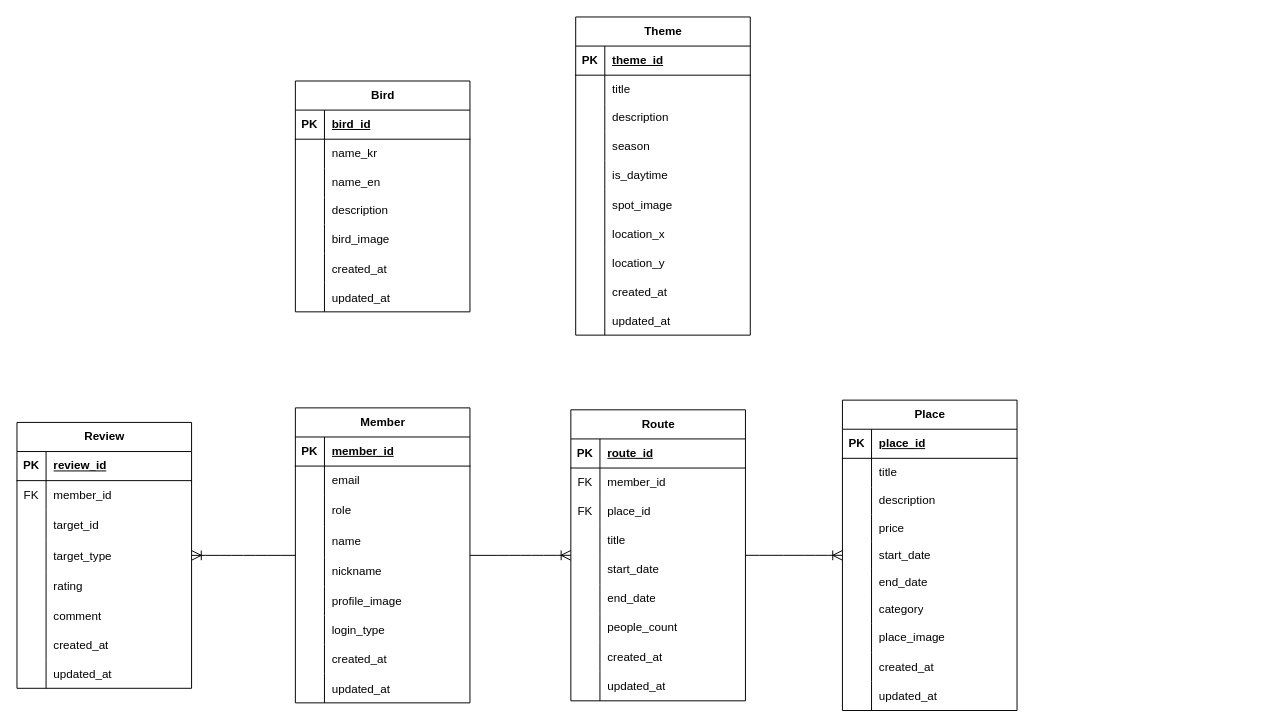
2025-Tourism-Data-Utilization-Contest/ERD keeps this draw.io diagram as ShowingERD.drawio. Above is the earlier version. Source tidied: cells renumbered, new cells numbered last; positions are measured from the earlier drawing's top-left corner, leaving out a move shared by most shapes. Both pictures are drawn from the tidied source at 97%, with x=0, y=0 at pixel (16, 16).
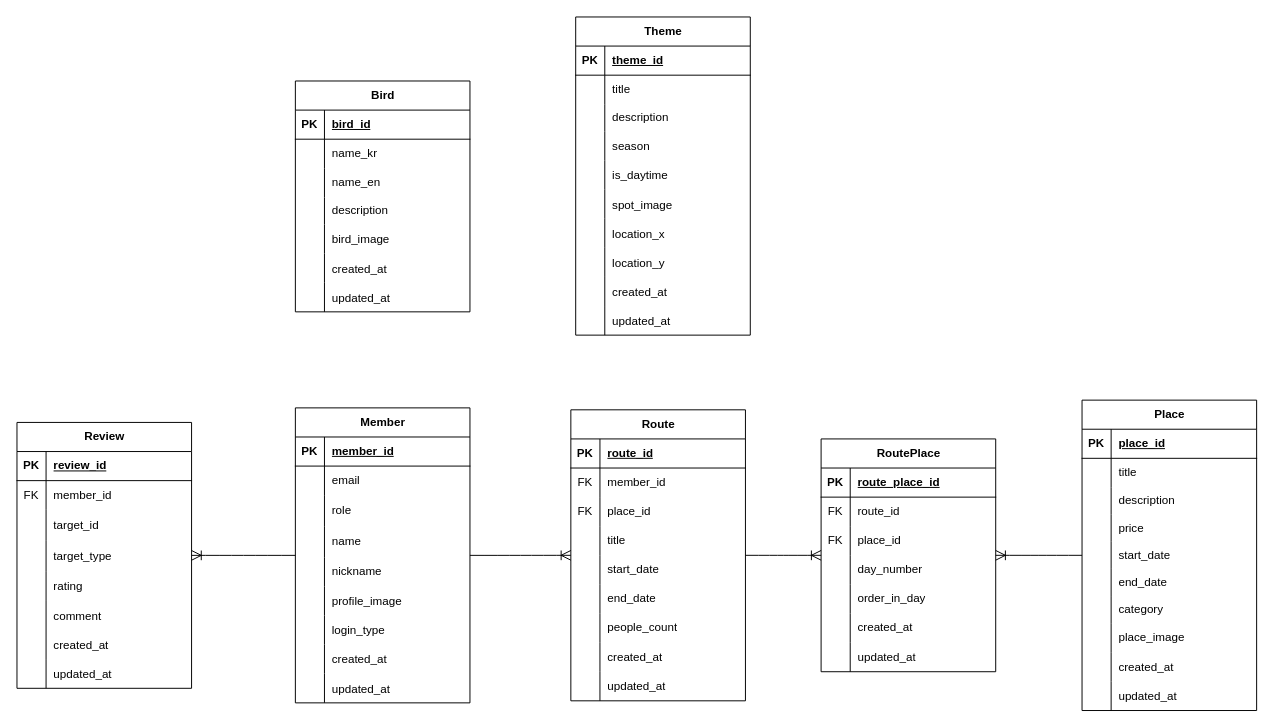
The same diagram, later.

Commit message:
docs: 코스 일차별 장소 매핑 테이블 추가

The change refers to these unchanged cells:
```xml
<mxCell id="55" value="Route" style="shape=table;startSize=30;childLayout=tableLayout;rowLines=0;fontStyle=1;align=center;html=1;" parent="1" vertex="1">
  <mxGeometry x="571" y="405" width="180" height="300" as="geometry" />
</mxCell>
```

The edit, as a diff of the source:
```diff
@@
     <mxCell id="111" value="Place" style="shape=table;startSize=30;childLayout=tableLayout;rowLines=0;fontStyle=1;align=center;html=1;" parent="1" vertex="1">
-      <mxGeometry x="851" y="395" width="180" height="320" as="geometry" />
+      <mxGeometry x="1098" y="395" width="180" height="320" as="geometry" />
     </mxCell>
@@
-    <mxCell id="169" style="edgeStyle=entityRelationEdgeStyle;fontSize=12;html=1;endArrow=ERoneToMany;rounded=0;startSize=8;endSize=8;curved=1;" parent="1" edge="1" source="55" target="111">
+    <mxCell id="169" style="edgeStyle=entityRelationEdgeStyle;fontSize=12;html=1;endArrow=ERoneToMany;rounded=0;startSize=8;endSize=8;curved=1;" parent="1" edge="1" source="55" target="170">
       <mxGeometry relative="1" as="geometry" />
     </mxCell>
+    <mxCell id="170" value="RoutePlace" style="shape=table;startSize=30;childLayout=tableLayout;rowLines=0;fontStyle=1;align=center;html=1;" parent="1" vertex="1">
+      <mxGeometry x="829" y="435" width="180" height="240" as="geometry" />
+    </mxCell>
+    <mxCell id="171" style="shape=tableRow;horizontal=0;startSize=0;swimlaneHead=0;swimlaneBody=0;fillColor=none;top=0;left=0;right=0;bottom=1;" parent="170" vertex="1">
+      <mxGeometry y="30" width="180" height="30" as="geometry" />
+    </mxCell>
+    <mxCell id="172" value="PK" style="shape=partialRectangle;fillColor=none;top=0;left=0;bottom=0;right=0;fontStyle=1;overflow=hidden;whiteSpace=wrap;html=1;" parent="171" vertex="1">
+      <mxGeometry width="30" height="30" as="geometry" />
+    </mxCell>
+    <mxCell id="173" value="route_place_id" style="shape=partialRectangle;fillColor=none;top=0;left=0;bottom=0;right=0;align=left;spacingLeft=6;fontStyle=5;overflow=hidden;whiteSpace=wrap;html=1;" parent="171" vertex="1">
+      <mxGeometry x="30" width="150" height="30" as="geometry" />
+    </mxCell>
+    <mxCell id="174" style="shape=tableRow;horizontal=0;startSize=0;swimlaneHead=0;swimlaneBody=0;fillColor=none;top=0;left=0;right=0;bottom=0;" parent="170" vertex="1">
+      <mxGeometry y="60" width="180" height="30" as="geometry" />
+    </mxCell>
+    <mxCell id="175" value="FK" style="shape=partialRectangle;fillColor=none;top=0;left=0;bottom=0;right=0;overflow=hidden;whiteSpace=wrap;html=1;" parent="174" vertex="1">
+      <mxGeometry width="30" height="30" as="geometry" />
+    </mxCell>
+    <mxCell id="176" value="route_id" style="shape=partialRectangle;fillColor=none;top=0;left=0;bottom=0;right=0;align=left;spacingLeft=6;overflow=hidden;whiteSpace=wrap;html=1;" parent="174" vertex="1">
+      <mxGeometry x="30" width="150" height="30" as="geometry" />
+    </mxCell>
+    <mxCell id="177" style="shape=tableRow;horizontal=0;startSize=0;swimlaneHead=0;swimlaneBody=0;fillColor=none;top=0;left=0;right=0;bottom=0;" parent="170" vertex="1">
+      <mxGeometry y="90" width="180" height="30" as="geometry" />
+    </mxCell>
+    <mxCell id="178" value="FK" style="shape=partialRectangle;fillColor=none;top=0;left=0;bottom=0;right=0;overflow=hidden;whiteSpace=wrap;html=1;" parent="177" vertex="1">
+      <mxGeometry width="30" height="30" as="geometry" />
+    </mxCell>
+    <mxCell id="179" value="place_id" style="shape=partialRectangle;fillColor=none;top=0;left=0;bottom=0;right=0;align=left;spacingLeft=6;overflow=hidden;whiteSpace=wrap;html=1;" parent="177" vertex="1">
+      <mxGeometry x="30" width="150" height="30" as="geometry" />
+    </mxCell>
+    <mxCell id="180" style="shape=tableRow;horizontal=0;startSize=0;swimlaneHead=0;swimlaneBody=0;fillColor=none;top=0;left=0;right=0;bottom=0;" parent="170" vertex="1">
+      <mxGeometry y="120" width="180" height="30" as="geometry" />
+    </mxCell>
+    <mxCell id="181" style="shape=partialRectangle;fillColor=none;top=0;left=0;bottom=0;right=0;overflow=hidden;whiteSpace=wrap;html=1;" parent="180" vertex="1">
+      <mxGeometry width="30" height="30" as="geometry" />
+    </mxCell>
+    <mxCell id="182" value="day_number" style="shape=partialRectangle;fillColor=none;top=0;left=0;bottom=0;right=0;align=left;spacingLeft=6;overflow=hidden;whiteSpace=wrap;html=1;" parent="180" vertex="1">
+      <mxGeometry x="30" width="150" height="30" as="geometry" />
+    </mxCell>
+    <mxCell id="183" style="shape=tableRow;horizontal=0;startSize=0;swimlaneHead=0;swimlaneBody=0;fillColor=none;top=0;left=0;right=0;bottom=0;" parent="170" vertex="1">
+      <mxGeometry y="150" width="180" height="30" as="geometry" />
+    </mxCell>
+    <mxCell id="184" style="shape=partialRectangle;fillColor=none;top=0;left=0;bottom=0;right=0;overflow=hidden;whiteSpace=wrap;html=1;" parent="183" vertex="1">
+      <mxGeometry width="30" height="30" as="geometry" />
+    </mxCell>
+    <mxCell id="185" value="order_in_day" style="shape=partialRectangle;fillColor=none;top=0;left=0;bottom=0;right=0;align=left;spacingLeft=6;overflow=hidden;whiteSpace=wrap;html=1;" parent="183" vertex="1">
+      <mxGeometry x="30" width="150" height="30" as="geometry" />
+    </mxCell>
+    <mxCell id="186" style="shape=tableRow;horizontal=0;startSize=0;swimlaneHead=0;swimlaneBody=0;fillColor=none;top=0;left=0;right=0;bottom=0;" parent="170" vertex="1">
+      <mxGeometry y="180" width="180" height="30" as="geometry" />
+    </mxCell>
+    <mxCell id="187" style="shape=partialRectangle;fillColor=none;top=0;left=0;bottom=0;right=0;overflow=hidden;whiteSpace=wrap;html=1;" parent="186" vertex="1">
+      <mxGeometry width="30" height="30" as="geometry" />
+    </mxCell>
+    <mxCell id="188" value="created_at" style="shape=partialRectangle;fillColor=none;top=0;left=0;bottom=0;right=0;align=left;spacingLeft=6;overflow=hidden;whiteSpace=wrap;html=1;" parent="186" vertex="1">
+      <mxGeometry x="30" width="150" height="30" as="geometry" />
+    </mxCell>
+    <mxCell id="189" style="shape=tableRow;horizontal=0;startSize=0;swimlaneHead=0;swimlaneBody=0;fillColor=none;top=0;left=0;right=0;bottom=0;" parent="170" vertex="1">
+      <mxGeometry y="210" width="180" height="30" as="geometry" />
+    </mxCell>
+    <mxCell id="190" style="shape=partialRectangle;fillColor=none;top=0;left=0;bottom=0;right=0;overflow=hidden;whiteSpace=wrap;html=1;" parent="189" vertex="1">
+      <mxGeometry width="30" height="30" as="geometry" />
+    </mxCell>
+    <mxCell id="191" value="updated_at" style="shape=partialRectangle;fillColor=none;top=0;left=0;bottom=0;right=0;align=left;spacingLeft=6;overflow=hidden;whiteSpace=wrap;html=1;" parent="189" vertex="1">
+      <mxGeometry x="30" width="150" height="30" as="geometry" />
+    </mxCell>
+    <mxCell id="192" style="edgeStyle=entityRelationEdgeStyle;fontSize=12;html=1;endArrow=ERoneToMany;rounded=0;startSize=8;endSize=8;curved=1;" parent="1" edge="1" source="111" target="170">
+      <mxGeometry relative="1" as="geometry" />
+    </mxCell>
```
